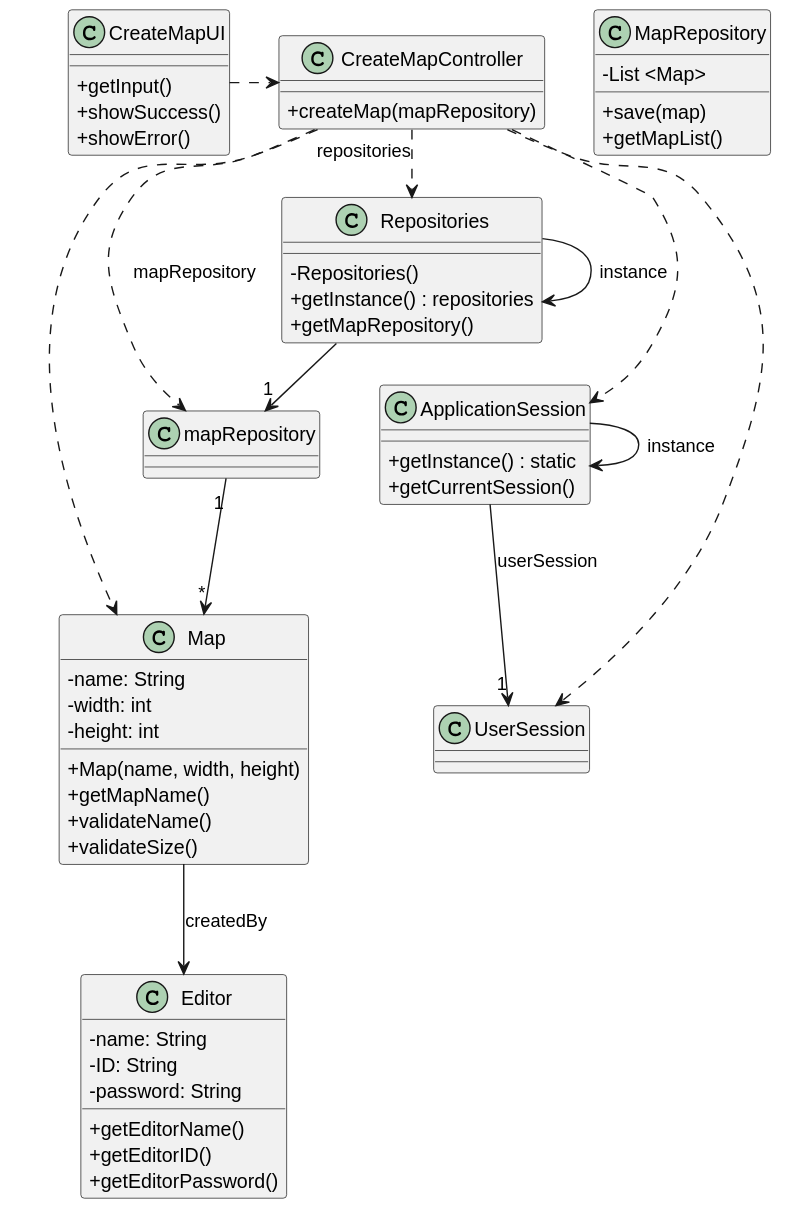
Above: docs/sprint2/us001/03.design/svg/us001-class-diagram.svg in ivasduarte/all-aboard (PlantUML), before the change.
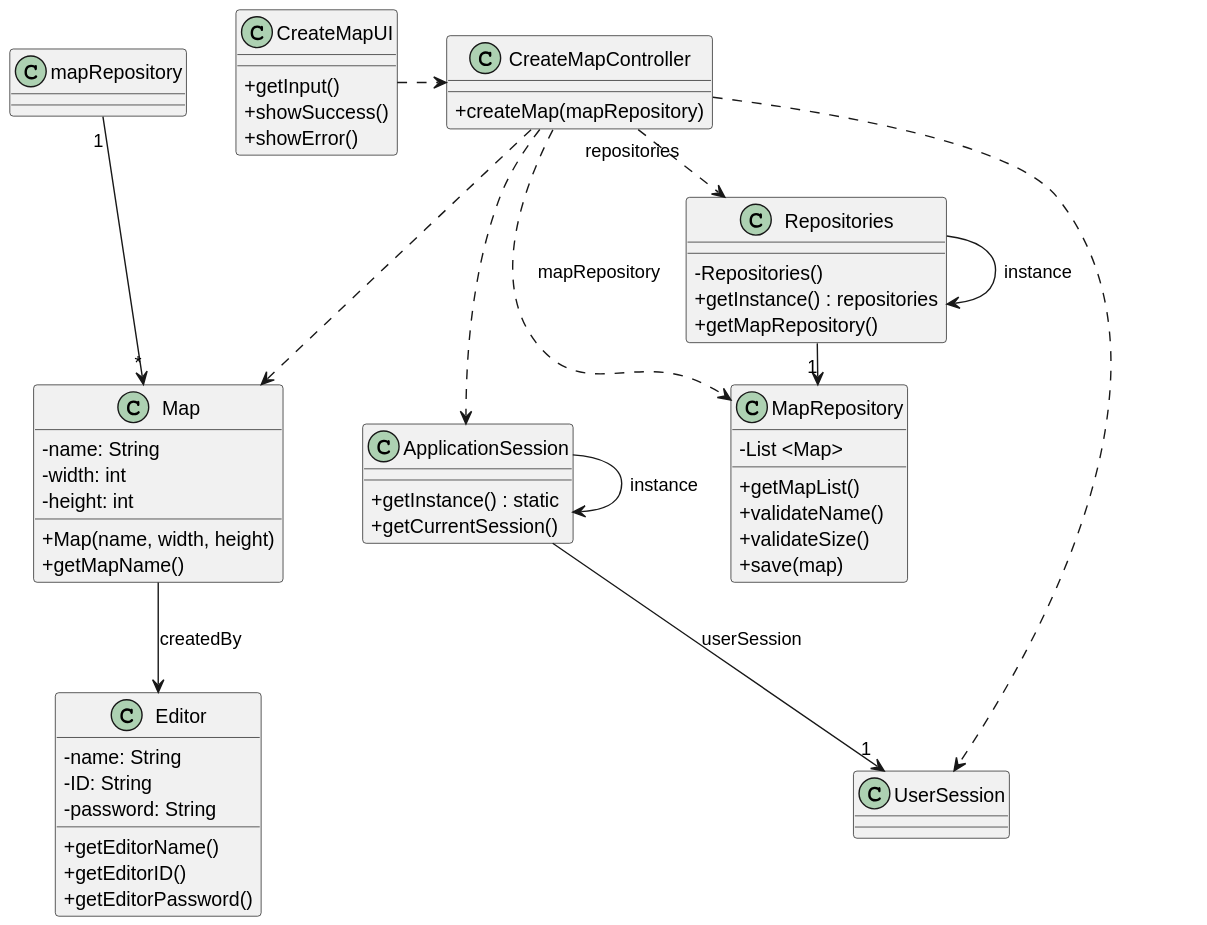
After the change.

Commit message:
US001 & US004(docs): changes in class diagrams

Diff of the diagram source:
```diff
@@ -12,6 +12,10 @@
 }
 
 class MapRepository {
+    -List <Map>
+    +getMapList()
+    +validateName()
+    +validateSize()
     +save(map)
 }
 
@@ -30,14 +34,8 @@
     -height: int
     +Map(name, width, height)
     +getMapName()
-    +validateName()
-    +validateSize()
 }
 
-class MapRepository {
-    -List <Map>
-    +getMapList()
-}
 
 class Repositories {
     -Repositories()
@@ -58,9 +56,9 @@
 CreateMapUI .> CreateMapController
 CreateMapController .> Repositories : repositories
 
-Repositories -> "1" mapRepository
+Repositories -> "1" MapRepository
 CreateMapController ..> Map
-CreateMapController ..> mapRepository : mapRepository
+CreateMapController ..> MapRepository : mapRepository
 
 ApplicationSession --> "1" UserSession : userSession
 
```
